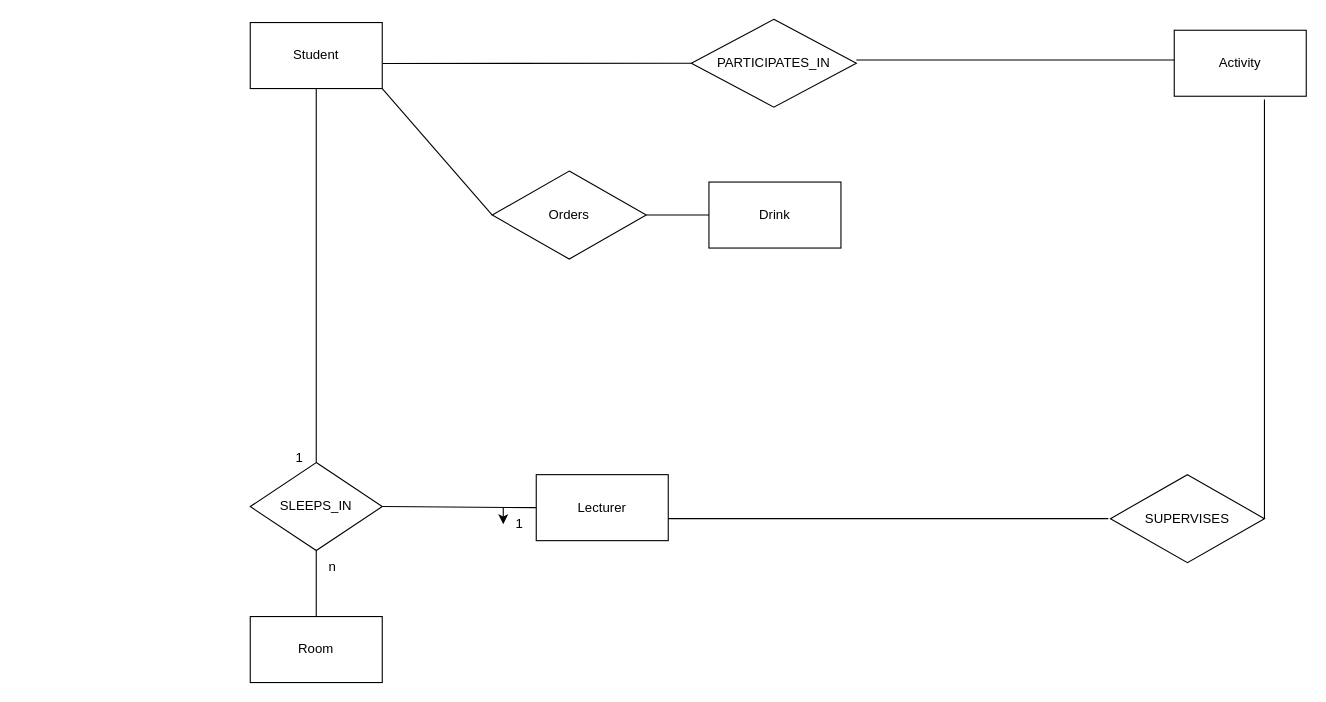
Above: DatabasesERDdiagram.drawio in tnb1604/DatabasesProject (draw.io), before the change. Source tidied: cells renumbered, new cells numbered last; positions are measured from the earlier drawing's top-left corner, leaving out a move shared by most shapes. Both pictures are drawn from the tidied source at 110%, with x=0, y=0 at pixel (250, 19).
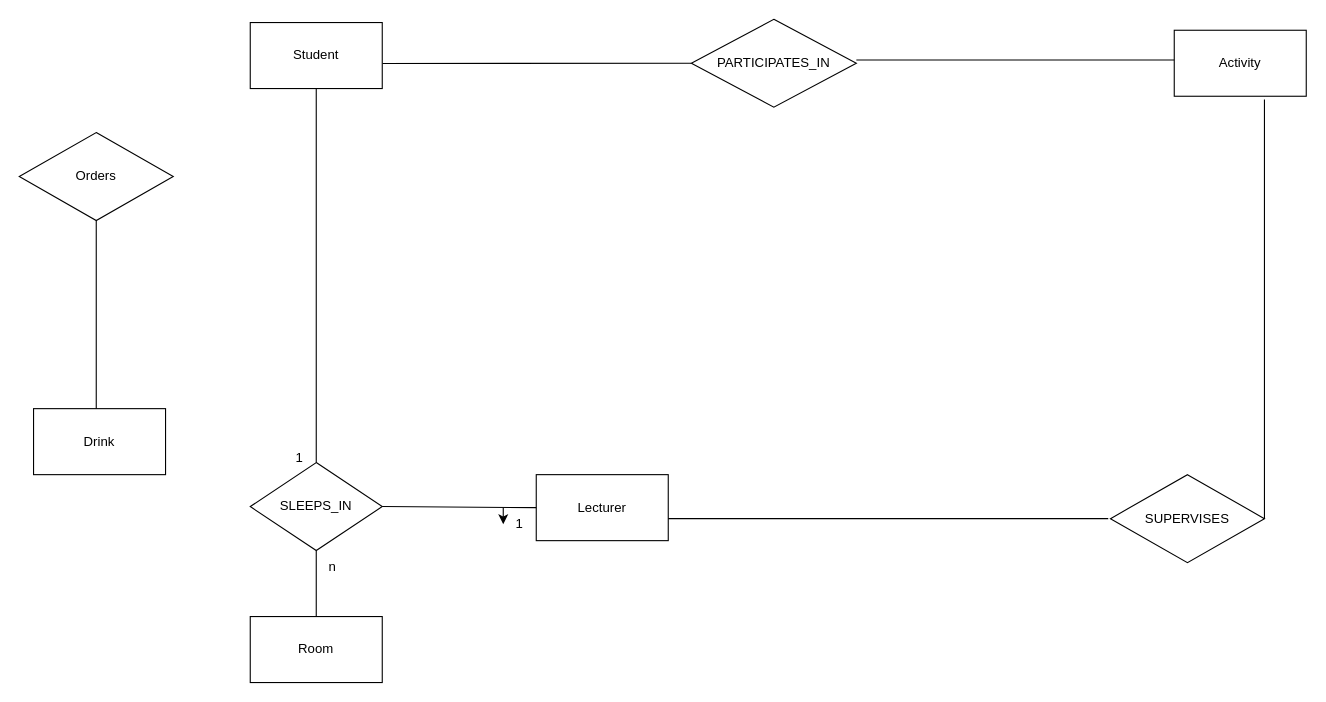
Above is the later version.

The change refers to these unchanged cells:
```xml
<mxCell id="2" value="Student" style="rounded=0;whiteSpace=wrap;html=1;" parent="1" vertex="1">
  <mxGeometry y="3" width="120" height="60" as="geometry" />
</mxCell>
```

What changed in the source:
```diff
@@
     <mxCell id="5" value="Drink" style="rounded=0;whiteSpace=wrap;html=1;" parent="1" vertex="1">
-      <mxGeometry x="417" y="148" width="120" height="60" as="geometry" />
+      <mxGeometry x="-197" y="354" width="120" height="60" as="geometry" />
     </mxCell>
@@
     <mxCell id="13" value="Orders" style="rhombus;whiteSpace=wrap;html=1;" parent="1" vertex="1">
-      <mxGeometry x="220" y="138" width="140" height="80" as="geometry" />
+      <mxGeometry x="-210" y="103" width="140" height="80" as="geometry" />
     </mxCell>
-    <mxCell id="14" style="endArrow=none;html=1;rounded=0;entryX=0;entryY=0.5;entryDx=0;entryDy=0;exitX=1;exitY=0.5;exitDx=0;exitDy=0;" parent="1" edge="1" source="13" target="5">
-      <mxGeometry relative="1" as="geometry" />
+    <mxCell id="14" style="endArrow=none;html=1;rounded=0;exitX=0.5;exitY=1;exitDx=0;exitDy=0;" parent="1" edge="1" source="13">
+      <mxGeometry relative="1" as="geometry">
+        <mxPoint x="-140" y="354" as="targetPoint" />
+      </mxGeometry>
     </mxCell>
@@
-    <mxCell id="23" style="endArrow=none;html=1;rounded=0;entryX=1;entryY=1;entryDx=0;entryDy=0;exitX=0;exitY=0.5;exitDx=0;exitDy=0;" parent="1" edge="1" source="13" target="2">
-      <mxGeometry relative="1" as="geometry" />
-    </mxCell>
```
